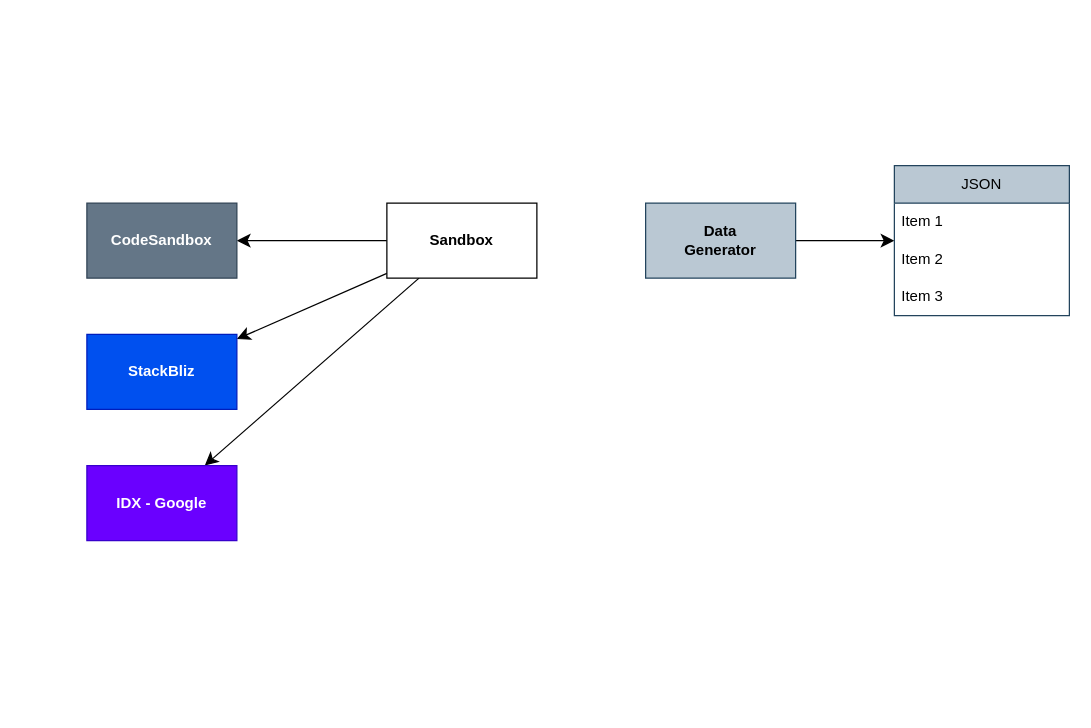
Earlier version of the draw.io diagram page "Tools" (2 of 5) of Link_Bookmarks.drawio (sunflynf/diagram-only). Source tidied: cells renumbered, new cells numbered last; positions are measured from the earlier drawing's top-left corner, leaving out a move shared by most shapes. Both pictures are drawn from the tidied source at 125%, with x=0, y=0 at pixel (86, 165).
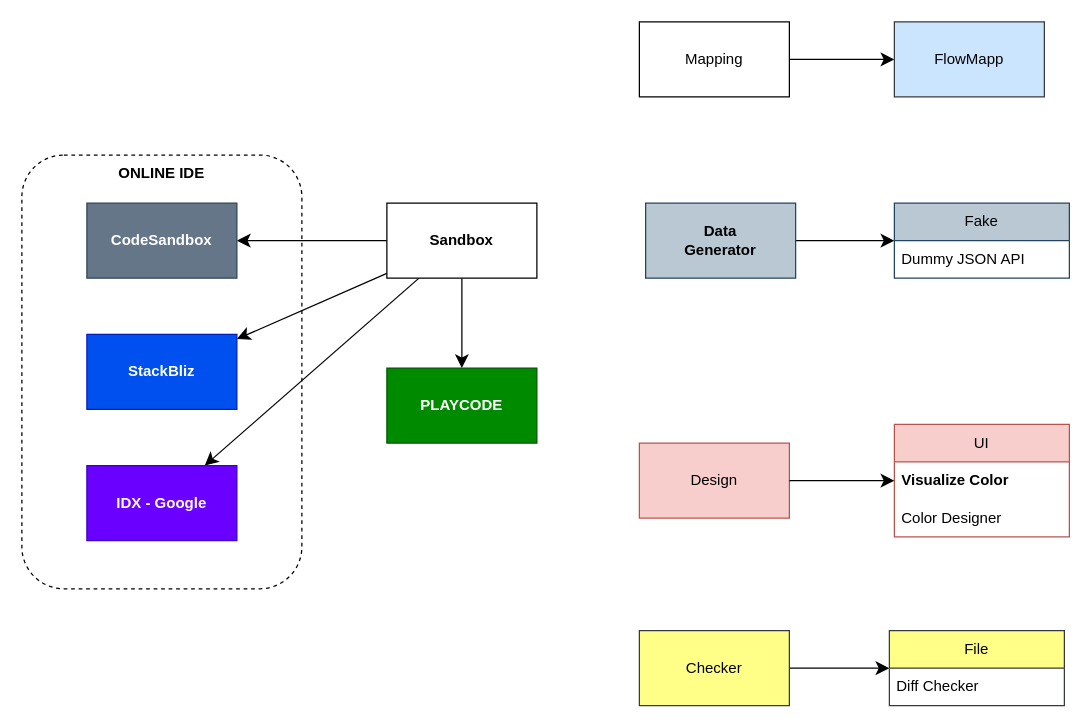
The same page after the edit.

Unchanged cells that the change refers to:
```xml
<mxCell id="5" value="&lt;div&gt;Sandbox&lt;/div&gt;" style="whiteSpace=wrap;html=1;fontStyle=1;" parent="1" vertex="1">
  <mxGeometry x="240" y="30" width="120" height="60" as="geometry" />
</mxCell>
```

Diff of the diagram source:
```diff
@@
+    <mxCell id="15" value="ONLINE IDE" style="rounded=1;whiteSpace=wrap;html=1;dashed=1;verticalAlign=top;fontStyle=1;" parent="1" vertex="1">
+      <mxGeometry x="-52" y="-8.5" width="224" height="347" as="geometry" />
+    </mxCell>
@@
+    <mxCell id="16" style="edgeStyle=none;curved=1;rounded=0;jettySize=auto;html=1;fontSize=12;startSize=8;endSize=8;" parent="1" edge="1" source="5" target="22">
+      <mxGeometry relative="1" as="geometry" />
+    </mxCell>
@@
-    <mxCell id="11" value="JSON" style="swimlane;fontStyle=0;horizontal=1;startSize=30;whiteSpace=wrap;html=1;fillColor=#bac8d3;strokeColor=#23445d;" parent="1" vertex="1">
-      <mxGeometry x="646" width="140" height="120" as="geometry" />
+    <mxCell id="11" value="Fake" style="swimlane;fontStyle=0;horizontal=1;startSize=30;whiteSpace=wrap;html=1;fillColor=#bac8d3;strokeColor=#23445d;" parent="1" vertex="1">
+      <mxGeometry x="646" y="30" width="140" height="60" as="geometry" />
     </mxCell>
-    <mxCell id="12" value="Item 1" style="text;strokeColor=none;fillColor=none;align=left;verticalAlign=middle;spacingLeft=4;spacingRight=4;overflow=hidden;whiteSpace=wrap;html=1;" parent="11" vertex="1">
-      <mxGeometry y="30" width="140" height="30" as="geometry" />
-    </mxCell>
-    <mxCell id="13" value="Item 2" style="text;strokeColor=none;fillColor=none;align=left;verticalAlign=middle;spacingLeft=4;spacingRight=4;overflow=hidden;whiteSpace=wrap;html=1;" parent="11" vertex="1">
-      <mxGeometry y="60" width="140" height="30" as="geometry" />
-    </mxCell>
-    <mxCell id="14" value="Item 3" style="text;strokeColor=none;fillColor=none;align=left;verticalAlign=middle;spacingLeft=4;spacingRight=4;overflow=hidden;whiteSpace=wrap;html=1;" parent="11" vertex="1">
-      <mxGeometry y="90" width="140" height="30" as="geometry" />
+    <mxCell id="14" value="Dummy JSON API" style="text;strokeColor=none;fillColor=none;align=left;verticalAlign=middle;spacingLeft=4;spacingRight=4;overflow=hidden;whiteSpace=wrap;html=1;" parent="11" vertex="1">
+      <mxGeometry y="30" width="140" height="30" as="geometry" />
     </mxCell>
+    <mxCell id="17" value="Design" style="whiteSpace=wrap;html=1;fillColor=#f8cecc;strokeColor=#b85450;" parent="1" vertex="1">
+      <mxGeometry x="442" y="222" width="120" height="60" as="geometry" />
+    </mxCell>
+    <mxCell id="18" value="UI" style="swimlane;fontStyle=0;horizontal=1;startSize=30;whiteSpace=wrap;html=1;fillColor=#f8cecc;strokeColor=#b85450;" parent="1" vertex="1">
+      <mxGeometry x="646" y="207" width="140" height="90" as="geometry" />
+    </mxCell>
+    <mxCell id="19" value="Visualize Color" style="text;strokeColor=none;fillColor=none;align=left;verticalAlign=middle;spacingLeft=4;spacingRight=4;overflow=hidden;whiteSpace=wrap;html=1;fontStyle=1;" parent="18" vertex="1">
+      <mxGeometry y="30" width="140" height="30" as="geometry" />
+    </mxCell>
+    <mxCell id="20" value="Color Designer" style="text;strokeColor=none;fillColor=none;align=left;verticalAlign=middle;spacingLeft=4;spacingRight=4;overflow=hidden;whiteSpace=wrap;html=1;" parent="18" vertex="1">
+      <mxGeometry y="60" width="140" height="30" as="geometry" />
+    </mxCell>
+    <mxCell id="21" style="edgeStyle=none;curved=1;rounded=0;jettySize=auto;html=1;fontSize=12;startSize=8;endSize=8;" parent="1" edge="1" source="17" target="18">
+      <mxGeometry relative="1" as="geometry" />
+    </mxCell>
+    <mxCell id="22" value="PLAYCODE" style="whiteSpace=wrap;html=1;fontStyle=1;fillColor=#008a00;fontColor=#ffffff;strokeColor=#005700;" parent="1" vertex="1">
+      <mxGeometry x="240" y="162" width="120" height="60" as="geometry" />
+    </mxCell>
+    <mxCell id="23" style="edgeStyle=none;curved=1;rounded=0;jettySize=auto;html=1;fontSize=12;startSize=8;endSize=8;" parent="1" edge="1" source="24" target="25">
+      <mxGeometry relative="1" as="geometry" />
+    </mxCell>
+    <mxCell id="24" value="Mapping" style="whiteSpace=wrap;html=1;" parent="1" vertex="1">
+      <mxGeometry x="442" y="-115" width="120" height="60" as="geometry" />
+    </mxCell>
+    <mxCell id="25" value="FlowMapp" style="whiteSpace=wrap;html=1;fillColor=#cce5ff;strokeColor=#36393d;" parent="1" vertex="1">
+      <mxGeometry x="646" y="-115" width="120" height="60" as="geometry" />
+    </mxCell>
+    <mxCell id="26" style="edgeStyle=none;curved=1;rounded=0;jettySize=auto;html=1;fontSize=12;startSize=8;endSize=8;" parent="1" edge="1" source="27" target="28">
+      <mxGeometry relative="1" as="geometry" />
+    </mxCell>
+    <mxCell id="27" value="Checker" style="whiteSpace=wrap;html=1;fillColor=#ffff88;strokeColor=#36393d;" parent="1" vertex="1">
+      <mxGeometry x="442" y="372" width="120" height="60" as="geometry" />
+    </mxCell>
+    <mxCell id="28" value="File" style="swimlane;fontStyle=0;horizontal=1;startSize=30;whiteSpace=wrap;html=1;fillColor=#ffff88;strokeColor=#36393d;" parent="1" vertex="1">
+      <mxGeometry x="642" y="372" width="140" height="60" as="geometry" />
+    </mxCell>
+    <mxCell id="29" value="Diff Checker" style="text;strokeColor=none;fillColor=none;align=left;verticalAlign=middle;spacingLeft=4;spacingRight=4;overflow=hidden;whiteSpace=wrap;html=1;" parent="28" vertex="1">
+      <mxGeometry y="30" width="140" height="30" as="geometry" />
+    </mxCell>
```
